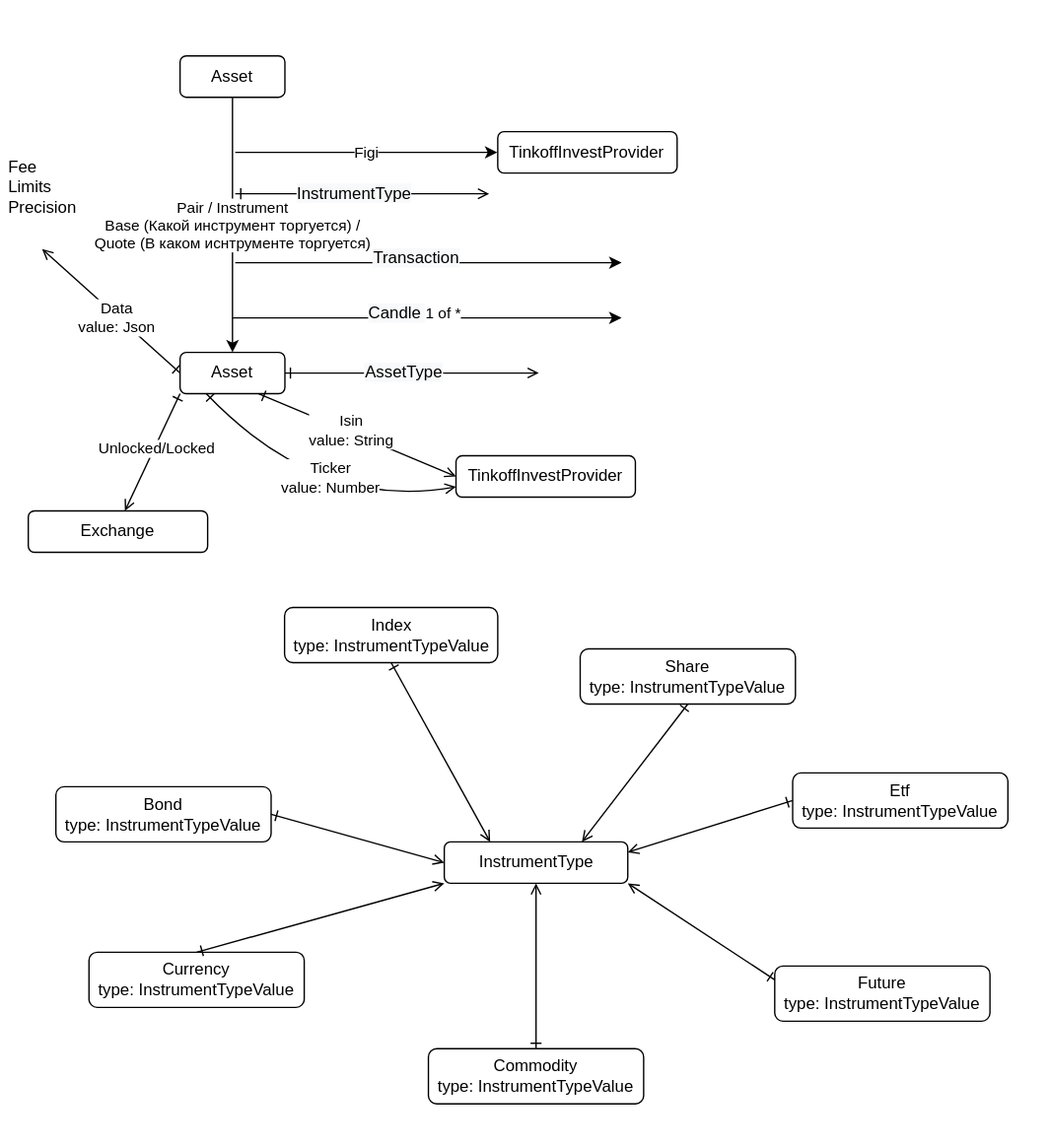
suenot/deep-profitmaker keeps this draw.io diagram as src/instrument/Instrument.drawio.svg. Above is the earlier version. Source tidied: cells renumbered, new cells last; positions are measured from the earlier drawing's top-left corner, leaving out a move shared by most shapes.
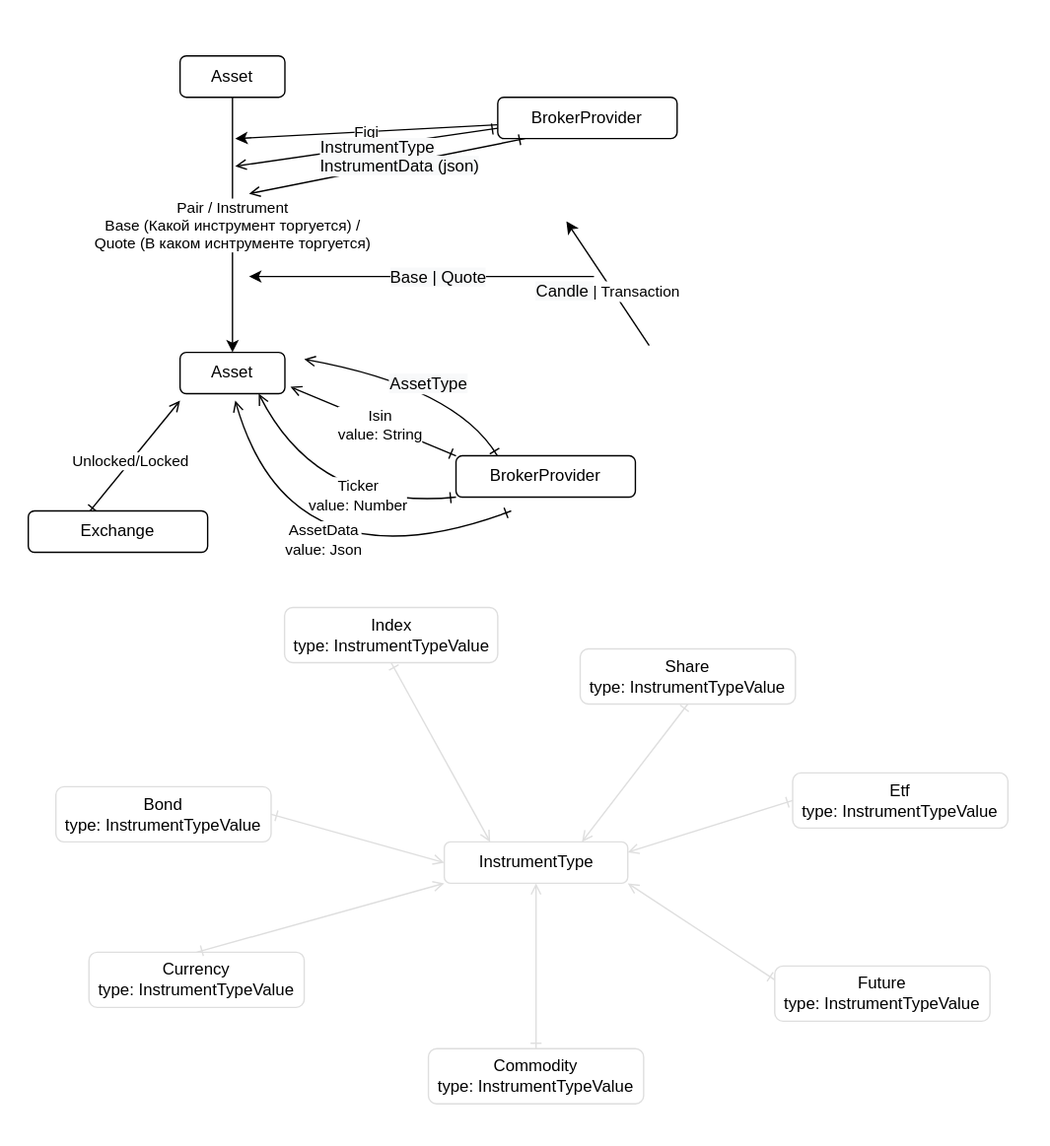
Later version of the same file.

The edit, as a diff of the source:
```diff
@@ -5,75 +5,80 @@
     <mxCell id="2" style="rounded=0;whiteSpace=wrap;html=1;strokeColor=none;" parent="1" vertex="1">
       <mxGeometry width="760" height="830" as="geometry" />
     </mxCell>
-    <mxCell id="3" style="edgeStyle=none;html=1;exitX=0;exitY=0.5;exitDx=0;exitDy=0;startArrow=ERone;startFill=0;endArrow=open;endFill=0;entryX=1;entryY=0.25;entryDx=0;entryDy=0;strokeColor=#000000;" parent="1" edge="1" source="6" target="4">
+    <mxCell id="3" style="edgeStyle=none;html=1;exitX=0;exitY=0.5;exitDx=0;exitDy=0;startArrow=ERone;startFill=0;endArrow=open;endFill=0;entryX=1;entryY=0.25;entryDx=0;entryDy=0;strokeColor=#DEDEDE;" parent="1" edge="1" source="6" target="4">
       <mxGeometry relative="1" as="geometry" />
     </mxCell>
-    <mxCell id="4" value="&lt;span&gt;InstrumentType&lt;/span&gt;" style="rounded=1;whiteSpace=wrap;html=1;labelBackgroundColor=none;" parent="1" vertex="1">
+    <mxCell id="4" value="&lt;span&gt;InstrumentType&lt;/span&gt;" style="rounded=1;whiteSpace=wrap;html=1;labelBackgroundColor=none;strokeColor=#DEDEDE;" parent="1" vertex="1">
       <mxGeometry x="321.5" y="610" width="133" height="30" as="geometry" />
     </mxCell>
-    <mxCell id="5" value="Share&lt;br&gt;type: InstrumentTypeValue" style="rounded=1;whiteSpace=wrap;html=1;labelBackgroundColor=none;" parent="1" vertex="1">
+    <mxCell id="5" value="Share&lt;br&gt;type: InstrumentTypeValue" style="rounded=1;whiteSpace=wrap;html=1;labelBackgroundColor=none;strokeColor=#DEDEDE;" parent="1" vertex="1">
       <mxGeometry x="420" y="470" width="156" height="40" as="geometry" />
     </mxCell>
-    <mxCell id="6" value="Etf&lt;br&gt;type: InstrumentTypeValue" style="rounded=1;whiteSpace=wrap;html=1;labelBackgroundColor=none;" parent="1" vertex="1">
+    <mxCell id="6" value="Etf&lt;br&gt;type: InstrumentTypeValue" style="rounded=1;whiteSpace=wrap;html=1;labelBackgroundColor=none;strokeColor=#DEDEDE;" parent="1" vertex="1">
       <mxGeometry x="574" y="560" width="156" height="40" as="geometry" />
     </mxCell>
-    <mxCell id="7" value="Future&lt;br&gt;type: InstrumentTypeValue" style="rounded=1;whiteSpace=wrap;html=1;labelBackgroundColor=none;" parent="1" vertex="1">
+    <mxCell id="7" value="Future&lt;br&gt;type: InstrumentTypeValue" style="rounded=1;whiteSpace=wrap;html=1;labelBackgroundColor=none;strokeColor=#DEDEDE;" parent="1" vertex="1">
       <mxGeometry x="561" y="700" width="156" height="40" as="geometry" />
     </mxCell>
-    <mxCell id="8" value="Commodity&lt;br&gt;type: InstrumentTypeValue" style="rounded=1;whiteSpace=wrap;html=1;labelBackgroundColor=none;" parent="1" vertex="1">
+    <mxCell id="8" value="Commodity&lt;br&gt;type: InstrumentTypeValue" style="rounded=1;whiteSpace=wrap;html=1;labelBackgroundColor=none;strokeColor=#DEDEDE;" parent="1" vertex="1">
       <mxGeometry x="310" y="760" width="156" height="40" as="geometry" />
     </mxCell>
-    <mxCell id="9" value="Index&lt;br&gt;type: InstrumentTypeValue" style="rounded=1;whiteSpace=wrap;html=1;labelBackgroundColor=none;" parent="1" vertex="1">
+    <mxCell id="9" value="Index&lt;br&gt;type: InstrumentTypeValue" style="rounded=1;whiteSpace=wrap;html=1;labelBackgroundColor=none;strokeColor=#DEDEDE;" parent="1" vertex="1">
       <mxGeometry x="205.8" y="440" width="154.5" height="40" as="geometry" />
     </mxCell>
-    <mxCell id="10" value="Currency&lt;br&gt;type: InstrumentTypeValue" style="rounded=1;whiteSpace=wrap;html=1;labelBackgroundColor=none;" parent="1" vertex="1">
+    <mxCell id="10" value="Currency&lt;br&gt;type: InstrumentTypeValue" style="rounded=1;whiteSpace=wrap;html=1;labelBackgroundColor=none;strokeColor=#DEDEDE;" parent="1" vertex="1">
       <mxGeometry x="64" y="690" width="156" height="40" as="geometry" />
     </mxCell>
-    <mxCell id="11" value="Bond&lt;br&gt;type: InstrumentTypeValue" style="rounded=1;whiteSpace=wrap;html=1;labelBackgroundColor=none;" parent="1" vertex="1">
+    <mxCell id="11" value="Bond&lt;br&gt;type: InstrumentTypeValue" style="rounded=1;whiteSpace=wrap;html=1;labelBackgroundColor=none;strokeColor=#DEDEDE;" parent="1" vertex="1">
       <mxGeometry x="40" y="570" width="156" height="40" as="geometry" />
     </mxCell>
-    <mxCell id="12" style="edgeStyle=none;html=1;entryX=0.5;entryY=1;entryDx=0;entryDy=0;startArrow=ERone;startFill=0;endArrow=open;endFill=0;exitX=0.5;exitY=0;exitDx=0;exitDy=0;strokeColor=#000000;" parent="1" edge="1" source="8" target="4">
+    <mxCell id="12" style="edgeStyle=none;html=1;entryX=0.5;entryY=1;entryDx=0;entryDy=0;startArrow=ERone;startFill=0;endArrow=open;endFill=0;exitX=0.5;exitY=0;exitDx=0;exitDy=0;strokeColor=#DEDEDE;" parent="1" edge="1" source="8" target="4">
       <mxGeometry relative="1" as="geometry" />
     </mxCell>
-    <mxCell id="13" style="edgeStyle=none;html=1;exitX=0;exitY=0.25;exitDx=0;exitDy=0;startArrow=ERone;startFill=0;endArrow=open;endFill=0;entryX=1;entryY=1;entryDx=0;entryDy=0;strokeColor=#000000;" parent="1" edge="1" source="7" target="4">
+    <mxCell id="13" style="edgeStyle=none;html=1;exitX=0;exitY=0.25;exitDx=0;exitDy=0;startArrow=ERone;startFill=0;endArrow=open;endFill=0;entryX=1;entryY=1;entryDx=0;entryDy=0;strokeColor=#DEDEDE;" parent="1" edge="1" source="7" target="4">
       <mxGeometry relative="1" as="geometry" />
     </mxCell>
-    <mxCell id="14" style="edgeStyle=none;html=1;startArrow=ERone;startFill=0;endArrow=open;endFill=0;entryX=0;entryY=1;entryDx=0;entryDy=0;exitX=0.5;exitY=0;exitDx=0;exitDy=0;strokeColor=#000000;" parent="1" edge="1" source="10" target="4">
+    <mxCell id="14" style="edgeStyle=none;html=1;startArrow=ERone;startFill=0;endArrow=open;endFill=0;entryX=0;entryY=1;entryDx=0;entryDy=0;exitX=0.5;exitY=0;exitDx=0;exitDy=0;strokeColor=#DEDEDE;" parent="1" edge="1" source="10" target="4">
       <mxGeometry relative="1" as="geometry" />
     </mxCell>
-    <mxCell id="15" style="edgeStyle=none;html=1;exitX=1;exitY=0.5;exitDx=0;exitDy=0;startArrow=ERone;startFill=0;endArrow=open;endFill=0;entryX=0;entryY=0.5;entryDx=0;entryDy=0;strokeColor=#000000;" parent="1" edge="1" source="11" target="4">
+    <mxCell id="15" style="edgeStyle=none;html=1;exitX=1;exitY=0.5;exitDx=0;exitDy=0;startArrow=ERone;startFill=0;endArrow=open;endFill=0;entryX=0;entryY=0.5;entryDx=0;entryDy=0;strokeColor=#DEDEDE;" parent="1" edge="1" source="11" target="4">
       <mxGeometry relative="1" as="geometry" />
     </mxCell>
-    <mxCell id="16" style="edgeStyle=none;html=1;entryX=0.25;entryY=0;entryDx=0;entryDy=0;startArrow=ERone;startFill=0;endArrow=open;endFill=0;exitX=0.5;exitY=1;exitDx=0;exitDy=0;strokeColor=#000000;" parent="1" edge="1" source="9" target="4">
+    <mxCell id="16" style="edgeStyle=none;html=1;entryX=0.25;entryY=0;entryDx=0;entryDy=0;startArrow=ERone;startFill=0;endArrow=open;endFill=0;exitX=0.5;exitY=1;exitDx=0;exitDy=0;strokeColor=#DEDEDE;" parent="1" edge="1" source="9" target="4">
       <mxGeometry relative="1" as="geometry" />
     </mxCell>
-    <mxCell id="17" style="edgeStyle=none;html=1;exitX=0.5;exitY=1;exitDx=0;exitDy=0;startArrow=ERone;startFill=0;endArrow=open;endFill=0;entryX=0.75;entryY=0;entryDx=0;entryDy=0;strokeColor=#000000;" parent="1" edge="1" source="5" target="4">
+    <mxCell id="17" style="edgeStyle=none;html=1;exitX=0.5;exitY=1;exitDx=0;exitDy=0;startArrow=ERone;startFill=0;endArrow=open;endFill=0;entryX=0.75;entryY=0;entryDx=0;entryDy=0;strokeColor=#DEDEDE;" parent="1" edge="1" source="5" target="4">
       <mxGeometry relative="1" as="geometry" />
     </mxCell>
     <mxCell id="18" style="edgeStyle=none;html=1;" parent="1" edge="1">
       <mxGeometry relative="1" as="geometry">
-        <mxPoint x="170" y="190" as="sourcePoint" />
-        <mxPoint x="450" y="190" as="targetPoint" />
+        <mxPoint x="430" y="200" as="sourcePoint" />
+        <mxPoint x="180" y="200" as="targetPoint" />
       </mxGeometry>
     </mxCell>
-    <mxCell id="19" value="&lt;span style=&quot;font-size: 12px ; background-color: rgb(248 , 249 , 250)&quot;&gt;Transaction&lt;/span&gt;" style="edgeLabel;html=1;align=center;verticalAlign=middle;" parent="18" vertex="1">
+    <mxCell id="19" value="&lt;span style=&quot;font-size: 12px ; background-color: rgb(248 , 249 , 250)&quot;&gt;Base | Quote&lt;/span&gt;" style="edgeLabel;html=1;align=center;verticalAlign=middle;" parent="18" vertex="1">
       <mxGeometry x="-0.08" y="4" relative="1" as="geometry">
-        <mxPoint x="1" as="offset" />
+        <mxPoint x="1" y="-4" as="offset" />
       </mxGeometry>
     </mxCell>
     <mxCell id="20" value="Asset" style="rounded=1;whiteSpace=wrap;html=1;labelBackgroundColor=none;" parent="1" vertex="1">
       <mxGeometry x="130" y="255" width="76" height="30" as="geometry" />
     </mxCell>
-    <mxCell id="21" style="edgeStyle=none;html=1;exitX=1;exitY=0.5;exitDx=0;exitDy=0;startArrow=ERone;startFill=0;entryX=0;entryY=0.5;entryDx=0;entryDy=0;endArrow=open;endFill=0;" parent="1" edge="1" source="20">
+    <mxCell id="21" style="edgeStyle=none;html=1;startArrow=ERone;startFill=0;endArrow=open;endFill=0;curved=1;" parent="1" edge="1">
       <mxGeometry relative="1" as="geometry">
-        <mxPoint x="390" y="270" as="targetPoint" />
+        <mxPoint x="360" y="330" as="sourcePoint" />
+        <mxPoint x="220" y="260" as="targetPoint" />
+        <Array as="points">
+          <mxPoint x="330" y="280" />
+        </Array>
       </mxGeometry>
     </mxCell>
     <mxCell id="22" value="&lt;span style=&quot;font-size: 12px ; background-color: rgb(248 , 249 , 250)&quot;&gt;AssetType&lt;/span&gt;" style="edgeLabel;html=1;align=center;verticalAlign=middle;" parent="21" vertex="1">
       <mxGeometry x="-0.07" y="1" relative="1" as="geometry" />
     </mxCell>
-    <mxCell id="23" style="edgeStyle=none;html=1;exitX=0.25;exitY=1;exitDx=0;exitDy=0;startArrow=ERone;startFill=0;entryX=0;entryY=0.75;entryDx=0;entryDy=0;endArrow=open;endFill=0;curved=1;" parent="1" edge="1" source="20" target="27">
+    <mxCell id="23" style="edgeStyle=none;html=1;startArrow=ERone;startFill=0;entryX=0.75;entryY=1;entryDx=0;entryDy=0;endArrow=open;endFill=0;curved=1;" parent="1" edge="1" target="20">
       <mxGeometry relative="1" as="geometry">
+        <mxPoint x="330" y="360" as="sourcePoint" />
         <Array as="points">
           <mxPoint x="230" y="370" />
         </Array>
@@ -84,33 +89,40 @@
         <mxPoint x="19" y="-12" as="offset" />
       </mxGeometry>
     </mxCell>
-    <mxCell id="25" style="edgeStyle=none;html=1;exitX=0.75;exitY=1;exitDx=0;exitDy=0;startArrow=ERone;startFill=0;entryX=0;entryY=0.5;entryDx=0;entryDy=0;endArrow=open;endFill=0;" parent="1" edge="1" source="20">
+    <mxCell id="25" style="edgeStyle=none;html=1;startArrow=ERone;startFill=0;endArrow=open;endFill=0;" parent="1" edge="1">
       <mxGeometry relative="1" as="geometry">
-        <mxPoint x="330" y="345" as="targetPoint" />
+        <mxPoint x="330" y="330" as="sourcePoint" />
+        <mxPoint x="210" y="280" as="targetPoint" />
       </mxGeometry>
     </mxCell>
     <mxCell id="26" value="Isin&lt;br&gt;value: String" style="edgeLabel;html=1;align=center;verticalAlign=middle;" parent="25" vertex="1">
       <mxGeometry x="-0.07" y="1" relative="1" as="geometry" />
     </mxCell>
-    <mxCell id="27" value="TinkoffInvestProvider" style="rounded=1;whiteSpace=wrap;html=1;labelBackgroundColor=none;" parent="1" vertex="1">
+    <mxCell id="27" value="BrokerProvider" style="rounded=1;whiteSpace=wrap;html=1;labelBackgroundColor=none;" parent="1" vertex="1">
       <mxGeometry x="330" y="330" width="130" height="30" as="geometry" />
     </mxCell>
-    <mxCell id="28" style="edgeStyle=none;html=1;exitX=0;exitY=0.5;exitDx=0;exitDy=0;startArrow=ERone;startFill=0;endArrow=open;endFill=0;" parent="1" edge="1" source="20">
+    <mxCell id="28" style="edgeStyle=none;html=1;startArrow=ERone;startFill=0;endArrow=open;endFill=0;curved=1;" parent="1" edge="1">
       <mxGeometry relative="1" as="geometry">
-        <mxPoint x="30" y="180" as="targetPoint" />
+        <mxPoint x="370" y="370" as="sourcePoint" />
+        <mxPoint x="170" y="290" as="targetPoint" />
+        <Array as="points">
+          <mxPoint x="210" y="430" />
+        </Array>
       </mxGeometry>
     </mxCell>
-    <mxCell id="29" value="Data&lt;br&gt;value: Json" style="edgeLabel;html=1;align=center;verticalAlign=middle;" parent="28" vertex="1">
-      <mxGeometry x="-0.07" y="1" relative="1" as="geometry" />
+    <mxCell id="29" value="AssetData&lt;br&gt;value: Json" style="edgeLabel;html=1;align=center;verticalAlign=middle;" parent="28" vertex="1">
+      <mxGeometry x="-0.07" y="1" relative="1" as="geometry">
+        <mxPoint y="-32" as="offset" />
+      </mxGeometry>
     </mxCell>
     <mxCell id="30" value="Figi" style="edgeStyle=none;curved=1;html=1;" parent="1" edge="1">
       <mxGeometry relative="1" as="geometry">
-        <mxPoint x="170" y="110" as="sourcePoint" />
-        <mxPoint x="360" y="110" as="targetPoint" />
+        <mxPoint x="360" y="90" as="sourcePoint" />
+        <mxPoint x="170" y="100" as="targetPoint" />
       </mxGeometry>
     </mxCell>
-    <mxCell id="31" value="TinkoffInvestProvider" style="rounded=1;whiteSpace=wrap;html=1;labelBackgroundColor=none;" parent="1" vertex="1">
-      <mxGeometry x="360.2" y="95" width="130" height="30" as="geometry" />
+    <mxCell id="31" value="BrokerProvider" style="rounded=1;whiteSpace=wrap;html=1;labelBackgroundColor=none;" parent="1" vertex="1">
+      <mxGeometry x="360.2" y="70" width="130" height="30" as="geometry" />
     </mxCell>
     <mxCell id="32" value="Pair / Instrument&lt;br&gt;Base (Какой инструмент торгуется) /&lt;br&gt;Quote (В каком иснтрументе торгуется)" style="edgeStyle=none;curved=1;html=1;exitX=0.5;exitY=1;exitDx=0;exitDy=0;entryX=0.5;entryY=0;entryDx=0;entryDy=0;" parent="1" edge="1" source="33" target="20">
       <mxGeometry relative="1" as="geometry" />
@@ -120,30 +132,26 @@
     </mxCell>
     <mxCell id="34" style="edgeStyle=none;html=1;" parent="1" edge="1">
       <mxGeometry relative="1" as="geometry">
-        <mxPoint x="168" y="230" as="sourcePoint" />
-        <mxPoint x="450" y="230" as="targetPoint" />
+        <mxPoint x="470" y="250" as="sourcePoint" />
+        <mxPoint x="410" y="160" as="targetPoint" />
       </mxGeometry>
     </mxCell>
-    <mxCell id="35" value="&lt;span style=&quot;font-size: 12px ; background-color: rgb(248 , 249 , 250)&quot;&gt;Candle&lt;/span&gt;&amp;nbsp;1 of *" style="edgeLabel;html=1;align=center;verticalAlign=middle;" parent="34" vertex="1">
+    <mxCell id="35" value="&lt;span style=&quot;font-size: 12px ; background-color: rgb(248 , 249 , 250)&quot;&gt;Candle&lt;/span&gt;&amp;nbsp;| Transaction" style="edgeLabel;html=1;align=center;verticalAlign=middle;" parent="34" vertex="1">
       <mxGeometry x="-0.08" y="4" relative="1" as="geometry">
         <mxPoint x="1" as="offset" />
       </mxGeometry>
     </mxCell>
-    <mxCell id="36" style="edgeStyle=none;html=1;exitX=1;exitY=0.5;exitDx=0;exitDy=0;startArrow=ERone;startFill=0;entryX=0;entryY=0.5;entryDx=0;entryDy=0;endArrow=open;endFill=0;" parent="1" edge="1">
+    <mxCell id="36" style="edgeStyle=none;html=1;exitX=0;exitY=0.75;exitDx=0;exitDy=0;startArrow=ERone;startFill=0;endArrow=open;endFill=0;" parent="1" edge="1" source="31">
       <mxGeometry relative="1" as="geometry">
-        <mxPoint x="170" y="140" as="sourcePoint" />
-        <mxPoint x="354" y="140" as="targetPoint" />
+        <mxPoint x="170" y="120" as="targetPoint" />
       </mxGeometry>
     </mxCell>
     <mxCell id="37" value="&lt;span style=&quot;font-size: 12px ; background-color: rgb(248 , 249 , 250)&quot;&gt;InstrumentType&lt;/span&gt;" style="edgeLabel;html=1;align=center;verticalAlign=middle;" parent="36" vertex="1">
       <mxGeometry x="-0.07" y="1" relative="1" as="geometry" />
     </mxCell>
-    <mxCell id="38" value="&lt;div style=&quot;text-align: left&quot;&gt;&lt;span&gt;Fee&lt;/span&gt;&lt;/div&gt;&lt;div style=&quot;text-align: left&quot;&gt;&lt;span&gt;Limits&lt;/span&gt;&lt;/div&gt;&lt;div style=&quot;text-align: left&quot;&gt;&lt;span&gt;Precision&lt;/span&gt;&lt;/div&gt;" style="text;html=1;align=center;verticalAlign=middle;fillColor=none;strokeColor=none;rounded=0;" parent="1" vertex="1">
-      <mxGeometry y="110" width="60" height="50" as="geometry" />
-    </mxCell>
-    <mxCell id="39" style="edgeStyle=none;html=1;exitX=0;exitY=1;exitDx=0;exitDy=0;startArrow=ERone;startFill=0;endArrow=open;endFill=0;" parent="1" edge="1" source="20">
+    <mxCell id="39" style="edgeStyle=none;html=1;exitX=0.338;exitY=0.033;exitDx=0;exitDy=0;startArrow=ERone;startFill=0;endArrow=open;endFill=0;exitPerimeter=0;" parent="1" edge="1" source="41">
       <mxGeometry relative="1" as="geometry">
-        <mxPoint x="90" y="370" as="targetPoint" />
+        <mxPoint x="130" y="290" as="targetPoint" />
       </mxGeometry>
     </mxCell>
     <mxCell id="40" value="Unlocked/Locked" style="edgeLabel;html=1;align=center;verticalAlign=middle;" parent="39" vertex="1">
@@ -152,5 +160,14 @@
     <mxCell id="41" value="Exchange" style="rounded=1;whiteSpace=wrap;html=1;labelBackgroundColor=none;" parent="1" vertex="1">
       <mxGeometry x="20" y="370" width="130" height="30" as="geometry" />
     </mxCell>
+    <mxCell id="42" style="edgeStyle=none;html=1;startArrow=ERone;startFill=0;endArrow=open;endFill=0;" parent="1" edge="1">
+      <mxGeometry relative="1" as="geometry">
+        <mxPoint x="380" y="100" as="sourcePoint" />
+        <mxPoint x="180" y="140" as="targetPoint" />
+      </mxGeometry>
+    </mxCell>
+    <mxCell id="43" value="&lt;span style=&quot;font-size: 12px ; background-color: rgb(248 , 249 , 250)&quot;&gt;InstrumentData (json)&lt;/span&gt;" style="edgeLabel;html=1;align=center;verticalAlign=middle;" parent="42" vertex="1">
+      <mxGeometry x="-0.07" y="1" relative="1" as="geometry" />
+    </mxCell>
   </root>
 </mxGraphModel>
```
